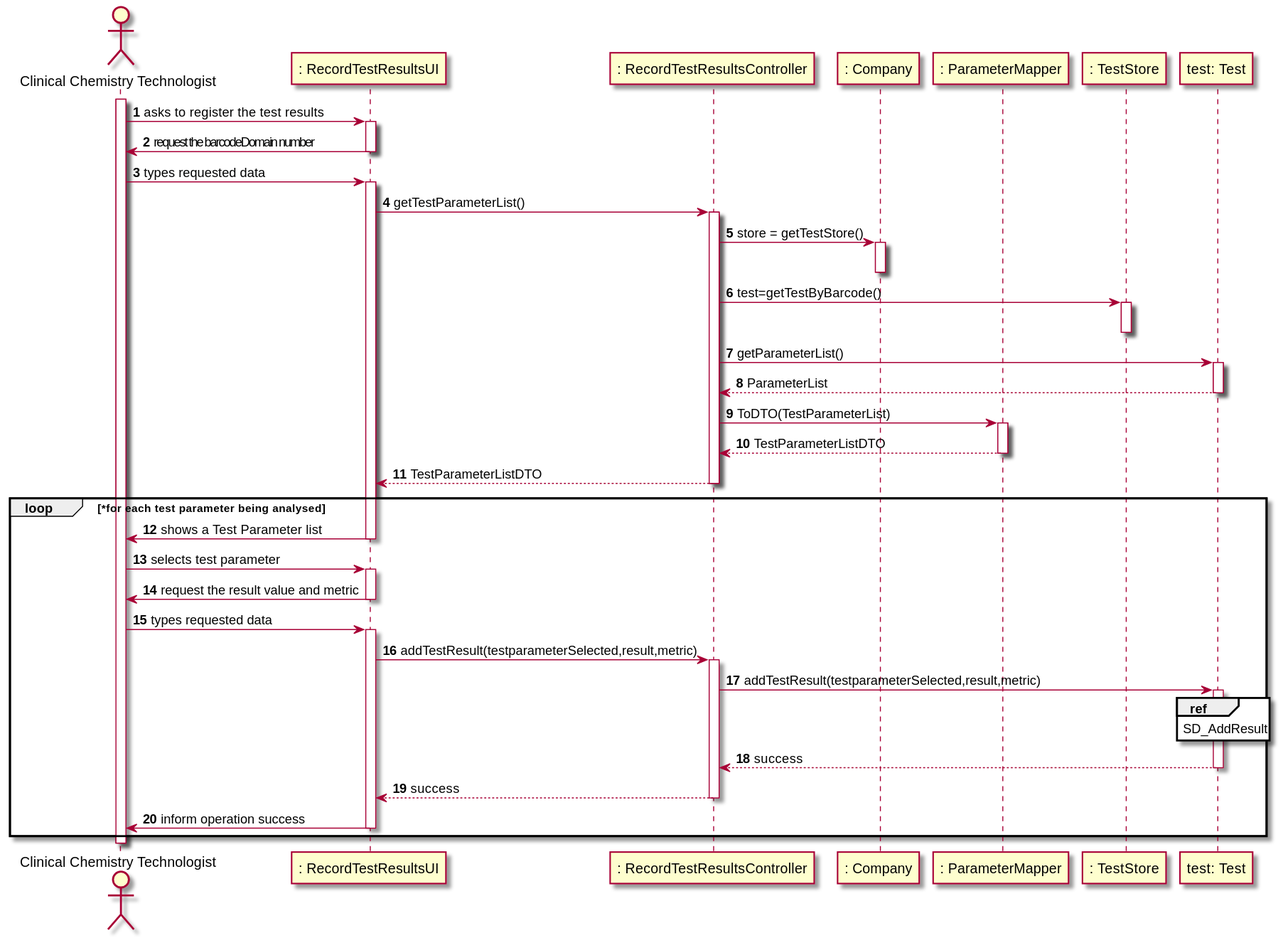
manu-07-ela/LAPR2_ISEP keeps this PlantUML diagram as docs/SprintD/SprintC/US12/US12_SD.svg. Above is the earlier version. Its diagram source:
```plantuml
@startuml
autonumber
actor "Clinical Chemistry Technologist" as CCT

participant ": RecordTestResultsUI" as UI
participant ": RecordTestResultsController" as CTRL
participant ": Company" as Comp
participant ": ParameterMapper" as PMapper
participant ": TestStore" as TStore
participant "test: Test" as Test

activate CCT
CCT -> UI : asks to register the test results
activate UI
UI -> CCT : request the barcodeDomain number
deactivate UI
CCT -> UI : types requested data
activate UI
UI -> CTRL : getTestParameterList()
activate CTRL
CTRL -> Comp : store = getTestStore()
activate Comp
deactivate Comp
CTRL -> TStore : test=getTestByBarcode()
activate TStore
deactivate TStore
CTRL -> Test : getParameterList()
activate Test
Test --> CTRL : ParameterList
deactivate Test
CTRL -> PMapper : ToDTO(TestParameterList)
activate PMapper
PMapper --> CTRL : TestParameterListDTO
deactivate PMapper


CTRL --> UI : TestParameterListDTO
deactivate CTRL
loop *for each test parameter being analysed
UI -> CCT : shows a Test Parameter list
deactivate UI
CCT -> UI : selects test parameter
activate UI
UI -> CCT : request the result value and metric
deactivate UI
CCT -> UI : types requested data
activate UI
UI -> CTRL : addTestResult(testparameterSelected,result,metric)
activate CTRL
CTRL -> Test : addTestResult(testparameterSelected,result,metric)
activate Test
ref over Test
SD_AddResult
end ref
Test --> CTRL : success
deactivate Test

CTRL --> UI : success
deactivate CTRL
UI -> CCT :  inform operation success
deactivate UI
end





deactivate CCT
@enduml
```
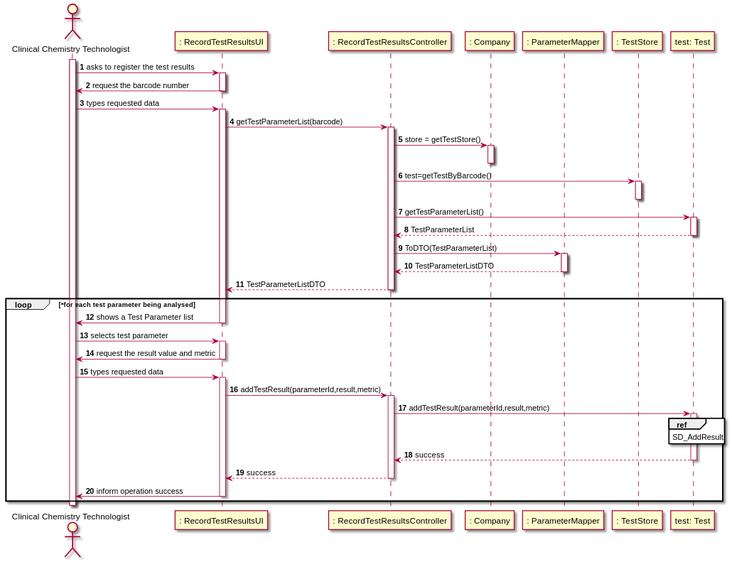
Later version of the same file.

What changed in the source:
```diff
@@ -12,11 +12,11 @@
 activate CCT
 CCT -> UI : asks to register the test results
 activate UI
-UI -> CCT : request the barcodeDomain number
+UI -> CCT : request the barcode number
 deactivate UI
 CCT -> UI : types requested data
 activate UI
-UI -> CTRL : getTestParameterList()
+UI -> CTRL : getTestParameterList(barcode)
 activate CTRL
 CTRL -> Comp : store = getTestStore()
 activate Comp
@@ -24,9 +24,9 @@
 CTRL -> TStore : test=getTestByBarcode()
 activate TStore
 deactivate TStore
-CTRL -> Test : getParameterList()
+CTRL -> Test : getTestParameterList()
 activate Test
-Test --> CTRL : ParameterList
+Test --> CTRL : TestParameterList
 deactivate Test
 CTRL -> PMapper : ToDTO(TestParameterList)
 activate PMapper
@@ -45,9 +45,9 @@
 deactivate UI
 CCT -> UI : types requested data
 activate UI
-UI -> CTRL : addTestResult(testparameterSelected,result,metric)
+UI -> CTRL : addTestResult(parameterId,result,metric)
 activate CTRL
-CTRL -> Test : addTestResult(testparameterSelected,result,metric)
+CTRL -> Test : addTestResult(parameterId,result,metric)
 activate Test
 ref over Test
 SD_AddResult
```
